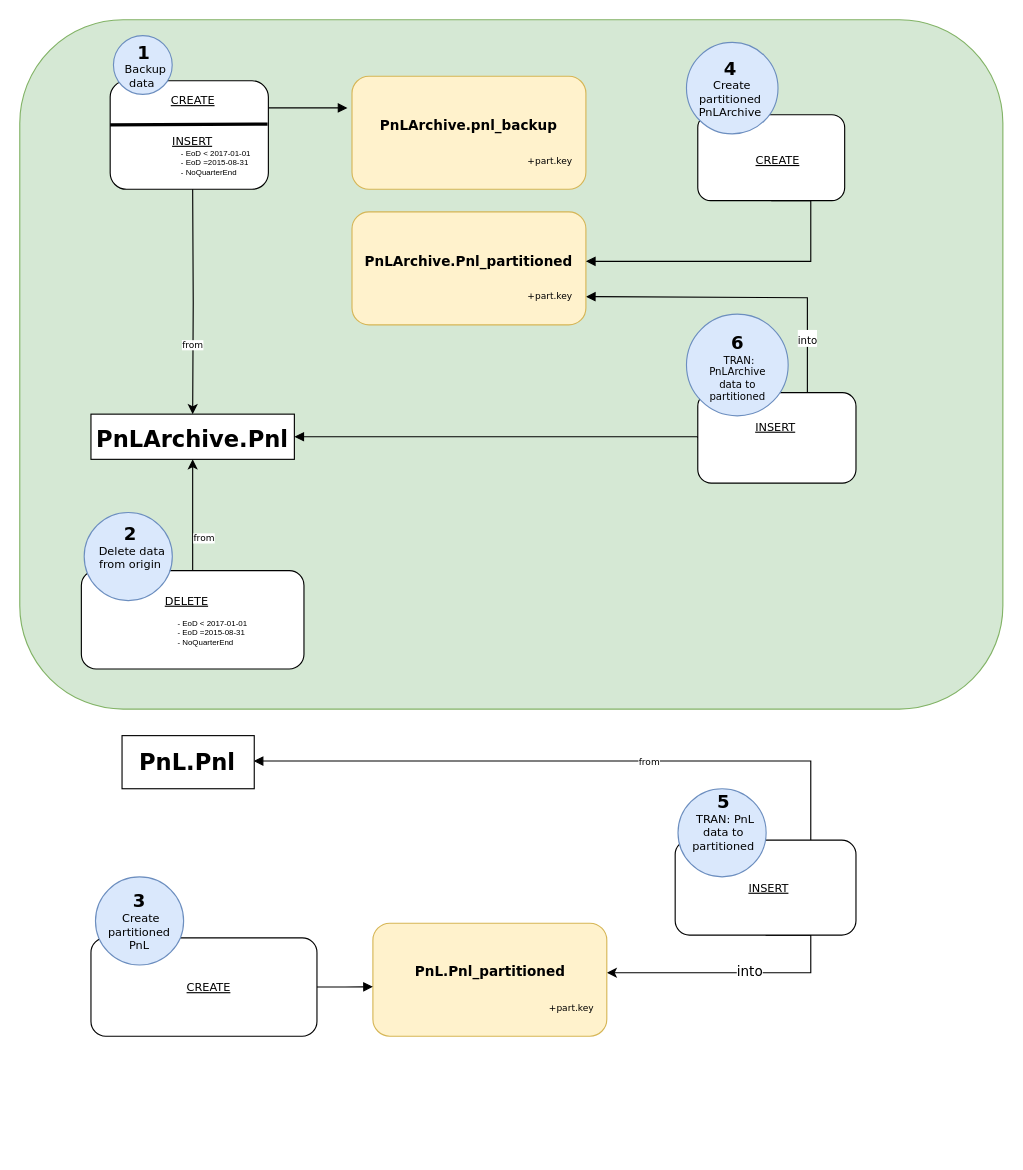
nikitozeg/allure-cucumber-jvm-example keeps this draw.io diagram as Untitled Diagram.drawio. Above is the earlier version. Source tidied: cells renumbered, new cells numbered last; positions are measured from the earlier drawing's top-left corner, leaving out a move shared by most shapes. Both pictures are drawn from the tidied source at 113%, with x=0, y=0 at pixel (19, 19).
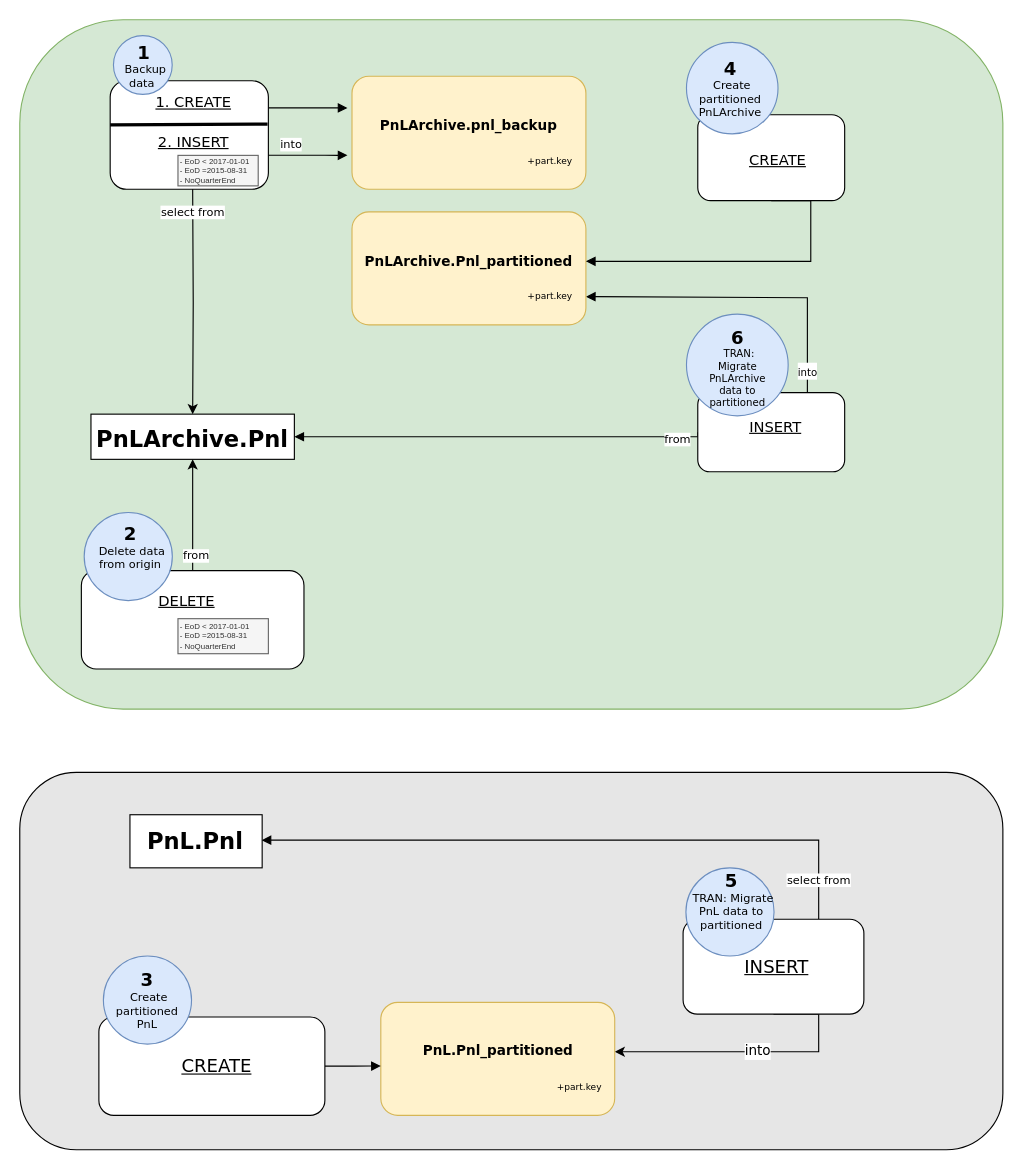
The same page after the edit.

Unchanged cells that the change refers to:
```xml
<mxCell id="4" style="edgeStyle=orthogonalEdgeStyle;rounded=0;jettySize=auto;html=1;exitX=0.5;exitY=0;exitDx=0;exitDy=0;fontFamily=Verdana;fontSize=8;entryX=0.5;entryY=1;entryDx=0;entryDy=0;" parent="1" edge="1" source="59" target="68">
  <mxGeometry relative="1" as="geometry" />
</mxCell>
<mxCell id="27" style="rounded=1;whiteSpace=wrap;html=1;fillColor=#fff2cc;fontFamily=Verdana;fontSize=8;align=left;strokeColor=#d6b656;" parent="26" vertex="1">
  <mxGeometry width="207" height="100" as="geometry" />
</mxCell>
<mxCell id="31" style="group;" parent="1" vertex="1">
  <mxGeometry x="590" y="20" width="140" height="140" as="geometry" />
</mxCell>
<mxCell id="38" style="edgeStyle=orthogonalEdgeStyle;rounded=0;jettySize=auto;html=1;exitX=0;exitY=0.5;exitDx=0;exitDy=0;endArrow=block;endFill=1;strokeWidth=1;fontFamily=Verdana;fontSize=9;entryX=1;entryY=0.5;entryDx=0;entryDy=0;" parent="1" edge="1" source="39" target="68">
  <mxGeometry relative="1" as="geometry">
    <Array as="points">
      <mxPoint x="600" y="369" />
    </Array>
  </mxGeometry>
</mxCell>
<mxCell id="42" style="group;" parent="1" vertex="1">
  <mxGeometry x="649.8" y="350.7" width="37.8" height="18.4" as="geometry" />
</mxCell>
<mxCell id="45" style="edgeStyle=orthogonalEdgeStyle;rounded=0;jettySize=auto;html=1;exitX=0.75;exitY=0;exitDx=0;exitDy=0;entryX=1;entryY=0.5;entryDx=0;entryDy=0;fontFamily=Verdana;fontSize=8;endArrow=block;endFill=1;" parent="1" edge="1" source="70" target="49">
  <mxGeometry relative="1" as="geometry" />
</mxCell>
<mxCell id="56" value="PnL.Pnl_partitioned" style="text;html=1;strokeColor=none;fillColor=none;align=center;verticalAlign=middle;whiteSpace=wrap;rounded=0;fontFamily=Verdana;fontSize=12;fontStyle=1;" parent="55" vertex="1">
  <mxGeometry width="207" height="50" as="geometry" />
</mxCell>
<mxCell id="68" style="rounded=0;whiteSpace=wrap;html=1;fillColor=#ffffff;fontFamily=Verdana;fontSize=20;align=left;" parent="1" vertex="1">
  <mxGeometry x="63" y="349" width="180" height="40" as="geometry" />
</mxCell>
```

Change to the diagram source:
```diff
@@
+    <mxCell id="74" style="rounded=1;whiteSpace=wrap;html=1;fontFamily=Verdana;fontSize=9;align=left;fillColor=#E6E6E6;" parent="1" vertex="1">
+      <mxGeometry y="666" width="870" height="334" as="geometry" />
+    </mxCell>
@@
     <mxCell id="3" value="&lt;font style=&quot;font-size: 9px&quot;&gt;into&lt;/font&gt;" style="edgeStyle=orthogonalEdgeStyle;rounded=0;jettySize=auto;html=1;endArrow=block;endFill=1;fontFamily=Verdana;fontSize=13;entryX=1;entryY=0.75;entryDx=0;entryDy=0;" parent="1" edge="1" target="27">
-      <mxGeometry x="-0.61" relative="1" as="geometry">
+      <mxGeometry x="-0.81" relative="1" as="geometry">
         <mxPoint x="689" y="330" as="sourcePoint" />
         <Array as="points">
           <mxPoint x="697" y="330" />
           <mxPoint x="697" y="246" />
         </Array>
       </mxGeometry>
     </mxCell>
@@
-    <mxCell id="5" value="from" style="text;html=1;align=center;verticalAlign=middle;labelBackgroundColor=#ffffff;fontSize=8;fontFamily=Verdana;" parent="4" vertex="1">
-      <mxGeometry x="-0.41" y="-9" relative="1" as="geometry" />
+    <mxCell id="5" value="from" style="text;html=1;align=center;verticalAlign=middle;labelBackgroundColor=#ffffff;fontSize=10;fontFamily=Verdana;" parent="4" vertex="1">
+      <mxGeometry x="-0.41" y="-9" relative="1" as="geometry">
+        <mxPoint x="-6.5" y="14.5" as="offset" />
+      </mxGeometry>
     </mxCell>
@@
-    <mxCell id="18" value="CREATE" style="text;html=1;strokeColor=none;fillColor=none;align=center;verticalAlign=middle;whiteSpace=wrap;rounded=0;fontFamily=Verdana;fontStyle=4;fontSize=10;" parent="1" vertex="1">
-      <mxGeometry x="125.6" y="60.5" width="54.7" height="20" as="geometry" />
+    <mxCell id="18" value="1. CREATE" style="text;html=1;strokeColor=none;fillColor=none;align=center;verticalAlign=middle;whiteSpace=wrap;rounded=0;fontFamily=Verdana;fontStyle=4;fontSize=13;" parent="1" vertex="1">
+      <mxGeometry x="116.5" y="63" width="74" height="20" as="geometry" />
     </mxCell>
-    <mxCell id="19" value="INSERT" style="text;html=1;strokeColor=none;fillColor=none;align=center;verticalAlign=middle;whiteSpace=wrap;rounded=0;fontFamily=Verdana;fontStyle=4;fontSize=10;" parent="1" vertex="1">
-      <mxGeometry x="124.2" y="97" width="57.6" height="20" as="geometry" />
+    <mxCell id="19" value="2. INSERT" style="text;html=1;strokeColor=none;fillColor=none;align=center;verticalAlign=middle;whiteSpace=wrap;rounded=0;fontFamily=Verdana;fontStyle=4;fontSize=13;" parent="1" vertex="1">
+      <mxGeometry x="117.5" y="98" width="72" height="20" as="geometry" />
     </mxCell>
-    <mxCell id="20" value="- EoD &amp;lt; 2017-01-01&lt;br&gt;- EoD =2015-08-31&lt;br&gt;- NoQuarterEnd" style="text;strokeColor=none;fillColor=none;align=left;verticalAlign=middle;whiteSpace=wrap;rounded=0;fontFamily=Helvetica;fontSize=7;html=1;" parent="1" vertex="1">
-      <mxGeometry x="141" y="107" width="70" height="40" as="geometry" />
+    <mxCell id="20" value="- EoD &amp;lt; 2017-01-01&lt;br&gt;- EoD =2015-08-31&lt;br&gt;- NoQuarterEnd" style="text;strokeColor=#666666;fillColor=#f5f5f5;align=left;verticalAlign=middle;whiteSpace=wrap;rounded=0;fontFamily=Helvetica;fontSize=7;html=1;fontColor=#333333;" parent="1" vertex="1">
+      <mxGeometry x="140" y="120" width="71" height="27" as="geometry" />
     </mxCell>
-    <mxCell id="21" value="from" style="edgeStyle=orthogonalEdgeStyle;rounded=0;jettySize=auto;html=1;fontFamily=Verdana;fontSize=8;entryX=0.5;entryY=0;entryDx=0;entryDy=0;" parent="1" edge="1" target="68">
-      <mxGeometry x="0.39" relative="1" as="geometry">
+    <mxCell id="21" value="&lt;font style=&quot;font-size: 10px&quot;&gt;select from&lt;/font&gt;" style="edgeStyle=orthogonalEdgeStyle;rounded=0;jettySize=auto;html=1;fontFamily=Verdana;fontSize=8;entryX=0.5;entryY=0;entryDx=0;entryDy=0;" parent="1" edge="1" target="68">
+      <mxGeometry x="-0.8" relative="1" as="geometry">
         <mxPoint x="153" y="150" as="sourcePoint" />
       </mxGeometry>
     </mxCell>
@@
-    <mxCell id="33" value="CREATE" style="text;html=1;strokeColor=none;fillColor=none;align=center;verticalAlign=middle;whiteSpace=wrap;rounded=0;fontFamily=Verdana;fontStyle=4;fontSize=10;" parent="31" vertex="1">
+    <mxCell id="33" value="CREATE" style="text;html=1;strokeColor=none;fillColor=none;align=center;verticalAlign=middle;whiteSpace=wrap;rounded=0;fontFamily=Verdana;fontStyle=4;fontSize=13;" parent="31" vertex="1">
       <mxGeometry x="63" y="94.2" width="36" height="20.1" as="geometry" />
     </mxCell>
@@
+    <mxCell id="75" value="from" style="text;html=1;align=center;verticalAlign=middle;labelBackgroundColor=#ffffff;fontSize=10;fontFamily=Verdana;" parent="38" vertex="1">
+      <mxGeometry x="0.13" y="2" relative="1" as="geometry">
+        <mxPoint x="181.5" y="-0.5" as="offset" />
+      </mxGeometry>
+    </mxCell>
     <mxCell id="39" style="rounded=1;whiteSpace=wrap;html=1;" parent="1" vertex="1">
-      <mxGeometry x="600" y="330" width="140" height="80" as="geometry" />
+      <mxGeometry x="600" y="330" width="130" height="70" as="geometry" />
     </mxCell>
@@
-    <mxCell id="41" value="&lt;font&gt;&lt;b&gt;&lt;font style=&quot;font-size: 16px&quot;&gt;6&lt;/font&gt;&lt;/b&gt;&lt;br style=&quot;font-size: 9px&quot;&gt;&amp;nbsp;TRAN: PnLArchive data to partitioned&lt;br style=&quot;font-size: 9px&quot;&gt;&lt;/font&gt;" style="text;html=1;strokeColor=none;fillColor=none;align=center;verticalAlign=middle;whiteSpace=wrap;rounded=0;fontFamily=Verdana;fontStyle=0;fontSize=9;" parent="1" vertex="1">
+    <mxCell id="41" value="&lt;font&gt;&lt;b&gt;&lt;font style=&quot;font-size: 16px&quot;&gt;6&lt;/font&gt;&lt;/b&gt;&lt;br style=&quot;font-size: 9px&quot;&gt;&amp;nbsp;TRAN: Migrate PnLArchive data to partitioned&lt;br style=&quot;font-size: 9px&quot;&gt;&lt;/font&gt;" style="text;html=1;strokeColor=none;fillColor=none;align=center;verticalAlign=middle;whiteSpace=wrap;rounded=0;fontFamily=Verdana;fontStyle=0;fontSize=9;" parent="1" vertex="1">
       <mxGeometry x="601.5" y="275" width="67" height="65" as="geometry" />
     </mxCell>
@@
-    <mxCell id="43" value="INSERT" style="text;html=1;strokeColor=none;fillColor=none;align=center;verticalAlign=middle;whiteSpace=wrap;rounded=0;fontFamily=Verdana;fontStyle=4;fontSize=10;" parent="42" vertex="1">
+    <mxCell id="43" value="INSERT" style="text;html=1;strokeColor=none;fillColor=none;align=center;verticalAlign=middle;whiteSpace=wrap;rounded=0;fontFamily=Verdana;fontStyle=4;fontSize=13;" parent="42" vertex="1">
       <mxGeometry width="37.8" height="18.4" as="geometry" />
     </mxCell>
     <mxCell id="44" value="into" style="edgeStyle=orthogonalEdgeStyle;rounded=0;jettySize=auto;html=1;fontFamily=Verdana;fontSize=12;entryX=1;entryY=0.5;entryDx=0;entryDy=0;exitX=0.5;exitY=1;exitDx=0;exitDy=0;" parent="1" edge="1" source="70" target="56">
       <mxGeometry relative="1" as="geometry">
         <Array as="points">
-          <mxPoint x="700" y="810" />
-          <mxPoint x="700" y="843" />
+          <mxPoint x="707" y="880" />
+          <mxPoint x="707" y="913" />
         </Array>
       </mxGeometry>
     </mxCell>
@@
-    <mxCell id="46" value="from" style="text;html=1;align=center;verticalAlign=middle;labelBackgroundColor=#ffffff;fontSize=8;fontFamily=Verdana;" parent="45" vertex="1">
-      <mxGeometry x="-0.24" relative="1" as="geometry" />
+    <mxCell id="46" value="select from" style="text;html=1;align=center;verticalAlign=middle;labelBackgroundColor=#ffffff;fontSize=10;fontFamily=Verdana;" parent="45" vertex="1">
+      <mxGeometry x="-0.24" relative="1" as="geometry">
+        <mxPoint x="143.5" y="34" as="offset" />
+      </mxGeometry>
     </mxCell>
     <mxCell id="47" style="group;" parent="1" vertex="1">
-      <mxGeometry x="90" y="630" width="117.5" height="52" as="geometry" />
+      <mxGeometry x="97" y="700" width="117.5" height="52" as="geometry" />
     </mxCell>
@@
     <mxCell id="50" style="group;" parent="1" vertex="1">
-      <mxGeometry x="312.5" y="799.5" width="207" height="100" as="geometry" />
+      <mxGeometry x="319.5" y="869.5" width="207" height="100" as="geometry" />
     </mxCell>
@@
-    <mxCell id="62" value="DELETE" style="text;html=1;strokeColor=none;fillColor=none;align=center;verticalAlign=middle;whiteSpace=wrap;rounded=0;fontFamily=Verdana;fontStyle=4;fontSize=10;" parent="1" vertex="1">
+    <mxCell id="62" value="DELETE" style="text;html=1;strokeColor=none;fillColor=none;align=center;verticalAlign=middle;whiteSpace=wrap;rounded=0;fontFamily=Verdana;fontStyle=4;fontSize=13;" parent="1" vertex="1">
       <mxGeometry x="107.5" y="504.5" width="80" height="18" as="geometry" />
     </mxCell>
-    <mxCell id="63" value="- EoD &amp;lt; 2017-01-01&lt;br&gt;- EoD =2015-08-31&lt;br&gt;- NoQuarterEnd" style="text;strokeColor=none;fillColor=none;align=left;verticalAlign=middle;whiteSpace=wrap;rounded=0;fontFamily=Helvetica;fontSize=7;html=1;" parent="1" vertex="1">
-      <mxGeometry x="137.5" y="522.5" width="90" height="40" as="geometry" />
+    <mxCell id="63" value="- EoD &amp;lt; 2017-01-01&lt;br&gt;- EoD =2015-08-31&lt;br&gt;- NoQuarterEnd" style="text;strokeColor=#666666;fillColor=#f5f5f5;align=left;verticalAlign=middle;whiteSpace=wrap;rounded=0;fontFamily=Helvetica;fontSize=7;html=1;fontColor=#333333;" parent="1" vertex="1">
+      <mxGeometry x="140" y="530" width="80" height="31" as="geometry" />
     </mxCell>
     <mxCell id="64" style="rounded=1;whiteSpace=wrap;html=1;" parent="1" vertex="1">
-      <mxGeometry x="63" y="812.5" width="200" height="87" as="geometry" />
+      <mxGeometry x="70" y="882.5" width="200" height="87" as="geometry" />
     </mxCell>
     <mxCell id="65" style="ellipse;whiteSpace=wrap;html=1;fillColor=#dae8fc;strokeColor=#6c8ebf;" parent="1" vertex="1">
-      <mxGeometry x="67" y="758.5" width="78" height="78" as="geometry" />
+      <mxGeometry x="74" y="828.5" width="78" height="78" as="geometry" />
     </mxCell>
     <mxCell id="66" value="&lt;font&gt;&lt;b&gt;&lt;font style=&quot;font-size: 16px&quot;&gt;3&lt;/font&gt;&lt;/b&gt;&lt;br style=&quot;font-size: 10px&quot;&gt;&amp;nbsp;Create partitioned &lt;br&gt;PnL&lt;br&gt;&lt;/font&gt;" style="text;html=1;strokeColor=none;fillColor=none;align=center;verticalAlign=middle;whiteSpace=wrap;rounded=0;fontFamily=Verdana;fontStyle=0;fontSize=10;" parent="1" vertex="1">
-      <mxGeometry x="66" y="778" width="80" height="39" as="geometry" />
+      <mxGeometry x="73" y="848" width="80" height="39" as="geometry" />
     </mxCell>
-    <mxCell id="67" value="CREATE" style="text;html=1;strokeColor=none;fillColor=none;align=center;verticalAlign=middle;whiteSpace=wrap;rounded=0;fontFamily=Verdana;fontStyle=4;fontSize=10;" parent="1" vertex="1">
-      <mxGeometry x="145" y="846" width="45" height="20" as="geometry" />
+    <mxCell id="67" value="CREATE" style="text;html=1;strokeColor=none;fillColor=none;align=center;verticalAlign=middle;whiteSpace=wrap;rounded=0;fontFamily=Verdana;fontStyle=4;fontSize=16;" parent="1" vertex="1">
+      <mxGeometry x="152" y="916" width="45" height="20" as="geometry" />
     </mxCell>
@@
     <mxCell id="70" style="rounded=1;whiteSpace=wrap;html=1;" parent="1" vertex="1">
-      <mxGeometry x="580" y="726" width="160" height="84" as="geometry" />
+      <mxGeometry x="587" y="796" width="160" height="84" as="geometry" />
     </mxCell>
-    <mxCell id="71" value="INSERT" style="text;html=1;strokeColor=none;fillColor=none;align=center;verticalAlign=middle;whiteSpace=wrap;rounded=0;fontFamily=Verdana;fontStyle=4;fontSize=10;" parent="1" vertex="1">
-      <mxGeometry x="625.5" y="752" width="74" height="32" as="geometry" />
+    <mxCell id="71" value="INSERT" style="text;html=1;strokeColor=none;fillColor=none;align=center;verticalAlign=middle;whiteSpace=wrap;rounded=0;fontFamily=Verdana;fontStyle=4;fontSize=16;" parent="1" vertex="1">
+      <mxGeometry x="632.5" y="822" width="74" height="32" as="geometry" />
     </mxCell>
     <mxCell id="72" style="ellipse;whiteSpace=wrap;html=1;fillColor=#dae8fc;strokeColor=#6c8ebf;" parent="1" vertex="1">
-      <mxGeometry x="582.5" y="680.5" width="78" height="78" as="geometry" />
+      <mxGeometry x="589.5" y="750.5" width="78" height="78" as="geometry" />
     </mxCell>
-    <mxCell id="73" value="&lt;font&gt;&lt;b&gt;&lt;font style=&quot;font-size: 16px&quot;&gt;5&lt;/font&gt;&lt;/b&gt;&lt;br style=&quot;font-size: 10px&quot;&gt;&amp;nbsp;TRAN: PnL data to partitioned&lt;br&gt;&lt;/font&gt;" style="text;html=1;strokeColor=none;fillColor=none;align=center;verticalAlign=middle;whiteSpace=wrap;rounded=0;fontFamily=Verdana;fontStyle=0;fontSize=10;" parent="1" vertex="1">
-      <mxGeometry x="582.5" y="690" width="80" height="39" as="geometry" />
+    <mxCell id="73" value="&lt;font&gt;&lt;b&gt;&lt;font style=&quot;font-size: 16px&quot;&gt;5&lt;/font&gt;&lt;/b&gt;&lt;br style=&quot;font-size: 10px&quot;&gt;&amp;nbsp;TRAN: Migrate PnL data to partitioned&lt;br&gt;&lt;/font&gt;" style="text;html=1;strokeColor=none;fillColor=none;align=center;verticalAlign=middle;whiteSpace=wrap;rounded=0;fontFamily=Verdana;fontStyle=0;fontSize=10;" parent="1" vertex="1">
+      <mxGeometry x="589.5" y="760" width="80" height="39" as="geometry" />
     </mxCell>
+    <mxCell id="76" value="&lt;font style=&quot;font-size: 10px&quot;&gt;into&lt;/font&gt;" style="edgeStyle=orthogonalEdgeStyle;rounded=0;orthogonalLoop=1;jettySize=auto;html=1;exitX=1;exitY=0.25;exitDx=0;exitDy=0;endArrow=block;endFill=1;strokeWidth=1;fontFamily=Verdana;fontSize=9;" parent="1" edge="1">
+      <mxGeometry x="-0.43" y="10" relative="1" as="geometry">
+        <mxPoint x="220.1" y="119.9" as="sourcePoint" />
+        <mxPoint x="290" y="120" as="targetPoint" />
+        <Array as="points">
+          <mxPoint x="270" y="120" />
+          <mxPoint x="270" y="120" />
+        </Array>
+      </mxGeometry>
+    </mxCell>
```
